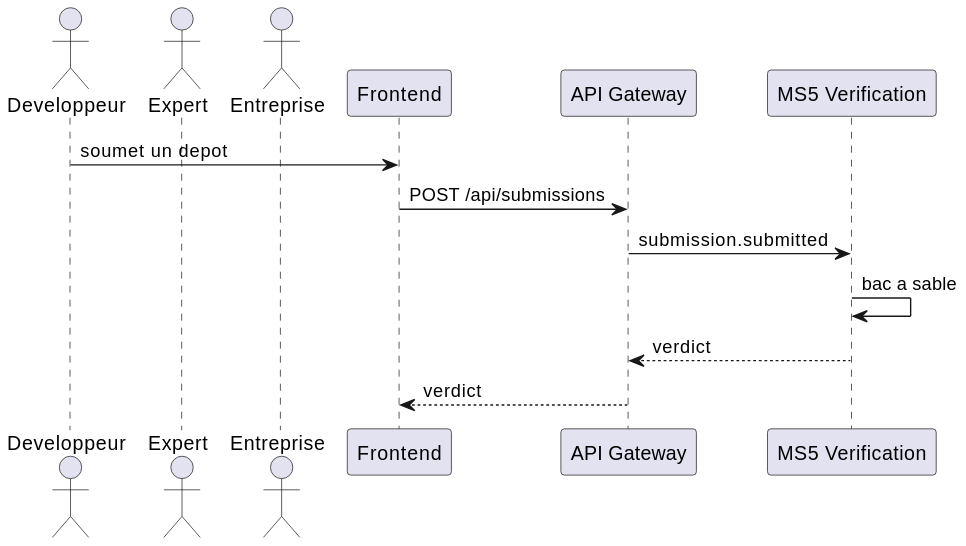
The PlantUML diagram docs/Diagrams/Verification/ms5-verification-sequence.svg in reemslama/mini-projet-web, before a commit. Source of this version:
```plantuml
@startuml
actor Developpeur
actor Expert
actor Entreprise
participant "Frontend" as FE
participant "API Gateway" as GW
participant "MS5 Verification" as MS5

Developpeur -> FE : soumet un depot
FE -> GW : POST /api/submissions
GW -> MS5 : submission.submitted
MS5 -> MS5 : bac a sable
MS5 --> GW : verdict
GW --> FE : verdict
@enduml
```
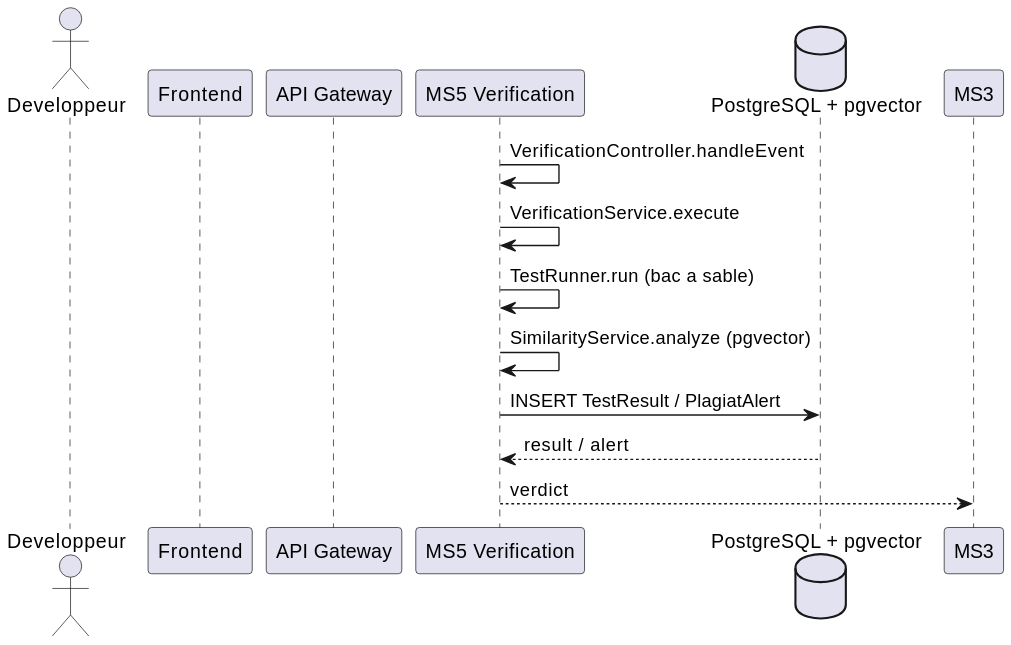
The same diagram one commit later.

What changed in the source:
```diff
@@ -1,15 +1,16 @@
 @startuml
+skinparam backgroundColor #FFFFFF
 actor Developpeur
-actor Expert
-actor Entreprise
 participant "Frontend" as FE
 participant "API Gateway" as GW
 participant "MS5 Verification" as MS5
+database "PostgreSQL + pgvector" as DB
 
-Developpeur -> FE : soumet un depot
-FE -> GW : POST /api/submissions
-GW -> MS5 : submission.submitted
-MS5 -> MS5 : bac a sable
-MS5 --> GW : verdict
-GW --> FE : verdict
+MS5 -> MS5 : VerificationController.handleEvent
+MS5 -> MS5 : VerificationService.execute
+MS5 -> MS5 : TestRunner.run (bac a sable)
+MS5 -> MS5 : SimilarityService.analyze (pgvector)
+MS5 -> DB : INSERT TestResult / PlagiatAlert
+DB --> MS5 : result / alert
+MS5 --> MS3 : verdict
 @enduml
```
